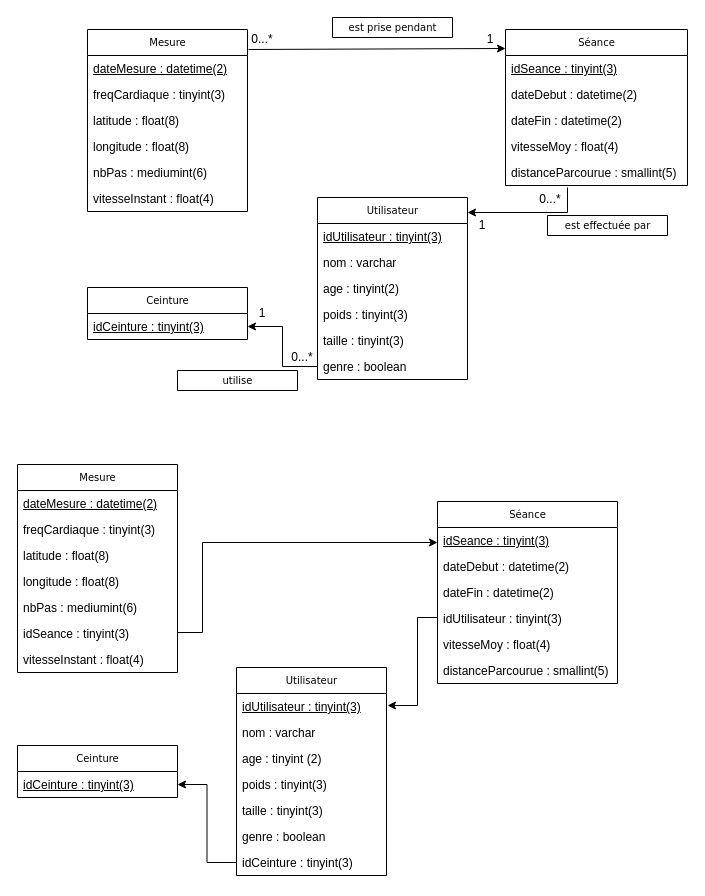
The draw.io diagram 2.BD Schémas/modeleBD.drawio in ylrb/Usain-Belt, before the edit. Source tidied: cells renumbered, new cells numbered last; positions are measured from the earlier drawing's top-left corner, leaving out a move shared by most shapes. Both pictures are drawn from the tidied source at 100%, with x=0, y=0 at pixel (17, 17).
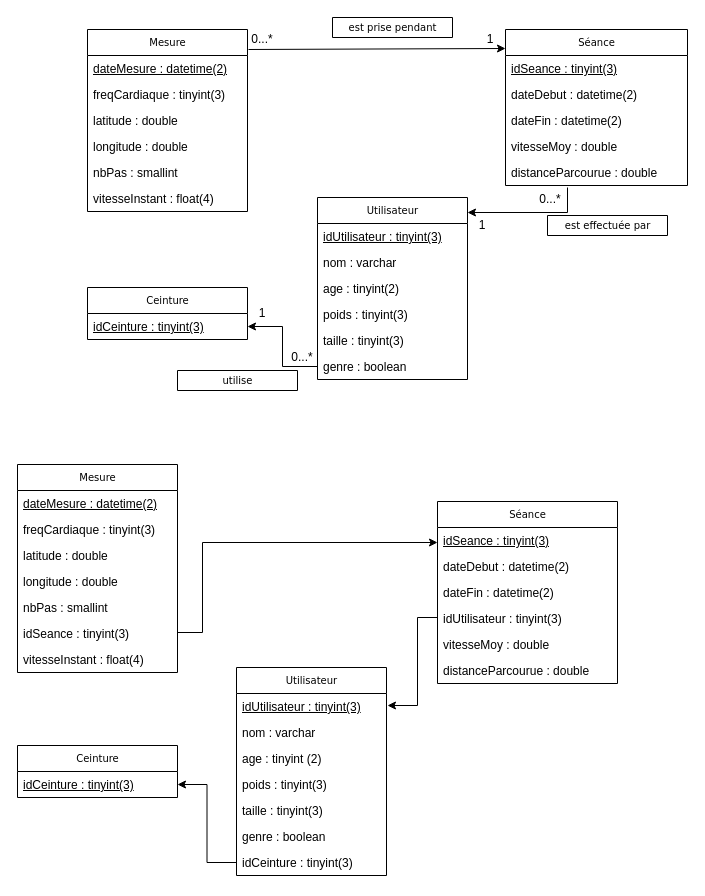
After the change.

Unchanged cells that the change refers to:
```xml
<mxCell id="2" value="Mesure" style="swimlane;html=1;fontStyle=0;horizontal=1;startSize=26;fillColor=none;swimlaneFillColor=#ffffff;rounded=0;shadow=0;comic=0;labelBackgroundColor=none;strokeWidth=1;fontFamily=Verdana;fontSize=10;align=center;" parent="1" vertex="1">
  <mxGeometry x="70" y="12" width="160" height="182" as="geometry" />
</mxCell>
<mxCell id="9" value="Mesure" style="swimlane;html=1;fontStyle=0;horizontal=1;startSize=26;fillColor=none;swimlaneFillColor=#ffffff;rounded=0;shadow=0;comic=0;labelBackgroundColor=none;strokeWidth=1;fontFamily=Verdana;fontSize=10;align=center;" parent="1" vertex="1">
  <mxGeometry y="447" width="160" height="208" as="geometry" />
</mxCell>
<mxCell id="18" value="Séance" style="swimlane;html=1;fontStyle=0;horizontal=1;startSize=26;fillColor=none;swimlaneFillColor=#ffffff;rounded=0;shadow=0;comic=0;labelBackgroundColor=none;strokeWidth=1;fontFamily=Verdana;fontSize=10;align=center;" parent="1" vertex="1">
  <mxGeometry x="488" y="12" width="182" height="156" as="geometry" />
</mxCell>
<mxCell id="24" value="Séance" style="swimlane;html=1;fontStyle=0;horizontal=1;startSize=26;fillColor=none;swimlaneFillColor=#ffffff;rounded=0;shadow=0;comic=0;labelBackgroundColor=none;strokeWidth=1;fontFamily=Verdana;fontSize=10;align=center;" parent="1" vertex="1">
  <mxGeometry x="420" y="484" width="180" height="182" as="geometry" />
</mxCell>
```

The edit, as a diff of the source:
```diff
@@
-    <mxCell id="5" value="latitude : float(8)" style="text;html=1;strokeColor=none;fillColor=none;align=left;verticalAlign=top;spacingLeft=4;spacingRight=4;whiteSpace=wrap;overflow=hidden;" parent="2" vertex="1">
+    <mxCell id="5" value="latitude : double" style="text;html=1;strokeColor=none;fillColor=none;align=left;verticalAlign=top;spacingLeft=4;spacingRight=4;whiteSpace=wrap;overflow=hidden;" parent="2" vertex="1">
       <mxGeometry y="78" width="160" height="26" as="geometry" />
     </mxCell>
-    <mxCell id="6" value="longitude : float(8)" style="text;html=1;strokeColor=none;fillColor=none;align=left;verticalAlign=top;spacingLeft=4;spacingRight=4;whiteSpace=wrap;overflow=hidden;" parent="2" vertex="1">
+    <mxCell id="6" value="longitude : double" style="text;html=1;strokeColor=none;fillColor=none;align=left;verticalAlign=top;spacingLeft=4;spacingRight=4;whiteSpace=wrap;overflow=hidden;" parent="2" vertex="1">
       <mxGeometry y="104" width="160" height="26" as="geometry" />
     </mxCell>
-    <mxCell id="7" value="nbPas : mediumint(6)&lt;br&gt;" style="text;html=1;strokeColor=none;fillColor=none;align=left;verticalAlign=top;spacingLeft=4;spacingRight=4;whiteSpace=wrap;overflow=hidden;" parent="2" vertex="1">
+    <mxCell id="7" value="nbPas : smallint" style="text;html=1;strokeColor=none;fillColor=none;align=left;verticalAlign=top;spacingLeft=4;spacingRight=4;whiteSpace=wrap;overflow=hidden;" parent="2" vertex="1">
       <mxGeometry y="130" width="160" height="26" as="geometry" />
     </mxCell>
@@
-    <mxCell id="12" value="latitude : float(8)" style="text;html=1;strokeColor=none;fillColor=none;align=left;verticalAlign=top;spacingLeft=4;spacingRight=4;whiteSpace=wrap;overflow=hidden;" parent="9" vertex="1">
+    <mxCell id="12" value="latitude : double" style="text;html=1;strokeColor=none;fillColor=none;align=left;verticalAlign=top;spacingLeft=4;spacingRight=4;whiteSpace=wrap;overflow=hidden;" parent="9" vertex="1">
       <mxGeometry y="78" width="160" height="26" as="geometry" />
     </mxCell>
-    <mxCell id="13" value="longitude : float(8)" style="text;html=1;strokeColor=none;fillColor=none;align=left;verticalAlign=top;spacingLeft=4;spacingRight=4;whiteSpace=wrap;overflow=hidden;" parent="9" vertex="1">
+    <mxCell id="13" value="longitude : double" style="text;html=1;strokeColor=none;fillColor=none;align=left;verticalAlign=top;spacingLeft=4;spacingRight=4;whiteSpace=wrap;overflow=hidden;" parent="9" vertex="1">
       <mxGeometry y="104" width="160" height="26" as="geometry" />
     </mxCell>
-    <mxCell id="14" value="nbPas : mediumint(6)" style="text;html=1;strokeColor=none;fillColor=none;align=left;verticalAlign=top;spacingLeft=4;spacingRight=4;whiteSpace=wrap;overflow=hidden;" parent="9" vertex="1">
+    <mxCell id="14" value="nbPas : smallint" style="text;html=1;strokeColor=none;fillColor=none;align=left;verticalAlign=top;spacingLeft=4;spacingRight=4;whiteSpace=wrap;overflow=hidden;" parent="9" vertex="1">
       <mxGeometry y="130" width="160" height="26" as="geometry" />
     </mxCell>
@@
-    <mxCell id="22" value="vitesseMoy : float(4)" style="text;html=1;strokeColor=none;fillColor=none;align=left;verticalAlign=top;spacingLeft=4;spacingRight=4;whiteSpace=wrap;overflow=hidden;" parent="18" vertex="1">
+    <mxCell id="22" value="vitesseMoy : double" style="text;html=1;strokeColor=none;fillColor=none;align=left;verticalAlign=top;spacingLeft=4;spacingRight=4;whiteSpace=wrap;overflow=hidden;" parent="18" vertex="1">
       <mxGeometry y="104" width="182" height="26" as="geometry" />
     </mxCell>
-    <mxCell id="23" value="distanceParcourue : smallint(5)" style="text;html=1;strokeColor=none;fillColor=none;align=left;verticalAlign=top;spacingLeft=4;spacingRight=4;whiteSpace=wrap;overflow=hidden;" parent="18" vertex="1">
+    <mxCell id="23" value="distanceParcourue : double" style="text;html=1;strokeColor=none;fillColor=none;align=left;verticalAlign=top;spacingLeft=4;spacingRight=4;whiteSpace=wrap;overflow=hidden;" parent="18" vertex="1">
       <mxGeometry y="130" width="182" height="26" as="geometry" />
     </mxCell>
@@
-    <mxCell id="29" value="vitesseMoy : float(4)" style="text;html=1;strokeColor=none;fillColor=none;align=left;verticalAlign=top;spacingLeft=4;spacingRight=4;whiteSpace=wrap;overflow=hidden;" parent="24" vertex="1">
+    <mxCell id="29" value="vitesseMoy : double" style="text;html=1;strokeColor=none;fillColor=none;align=left;verticalAlign=top;spacingLeft=4;spacingRight=4;whiteSpace=wrap;overflow=hidden;" parent="24" vertex="1">
       <mxGeometry y="130" width="180" height="26" as="geometry" />
     </mxCell>
-    <mxCell id="30" value="distanceParcourue : smallint(5)" style="text;html=1;strokeColor=none;fillColor=none;align=left;verticalAlign=top;spacingLeft=4;spacingRight=4;whiteSpace=wrap;overflow=hidden;" parent="24" vertex="1">
+    <mxCell id="30" value="distanceParcourue : double" style="text;html=1;strokeColor=none;fillColor=none;align=left;verticalAlign=top;spacingLeft=4;spacingRight=4;whiteSpace=wrap;overflow=hidden;" parent="24" vertex="1">
       <mxGeometry y="156" width="180" height="26" as="geometry" />
     </mxCell>
```
